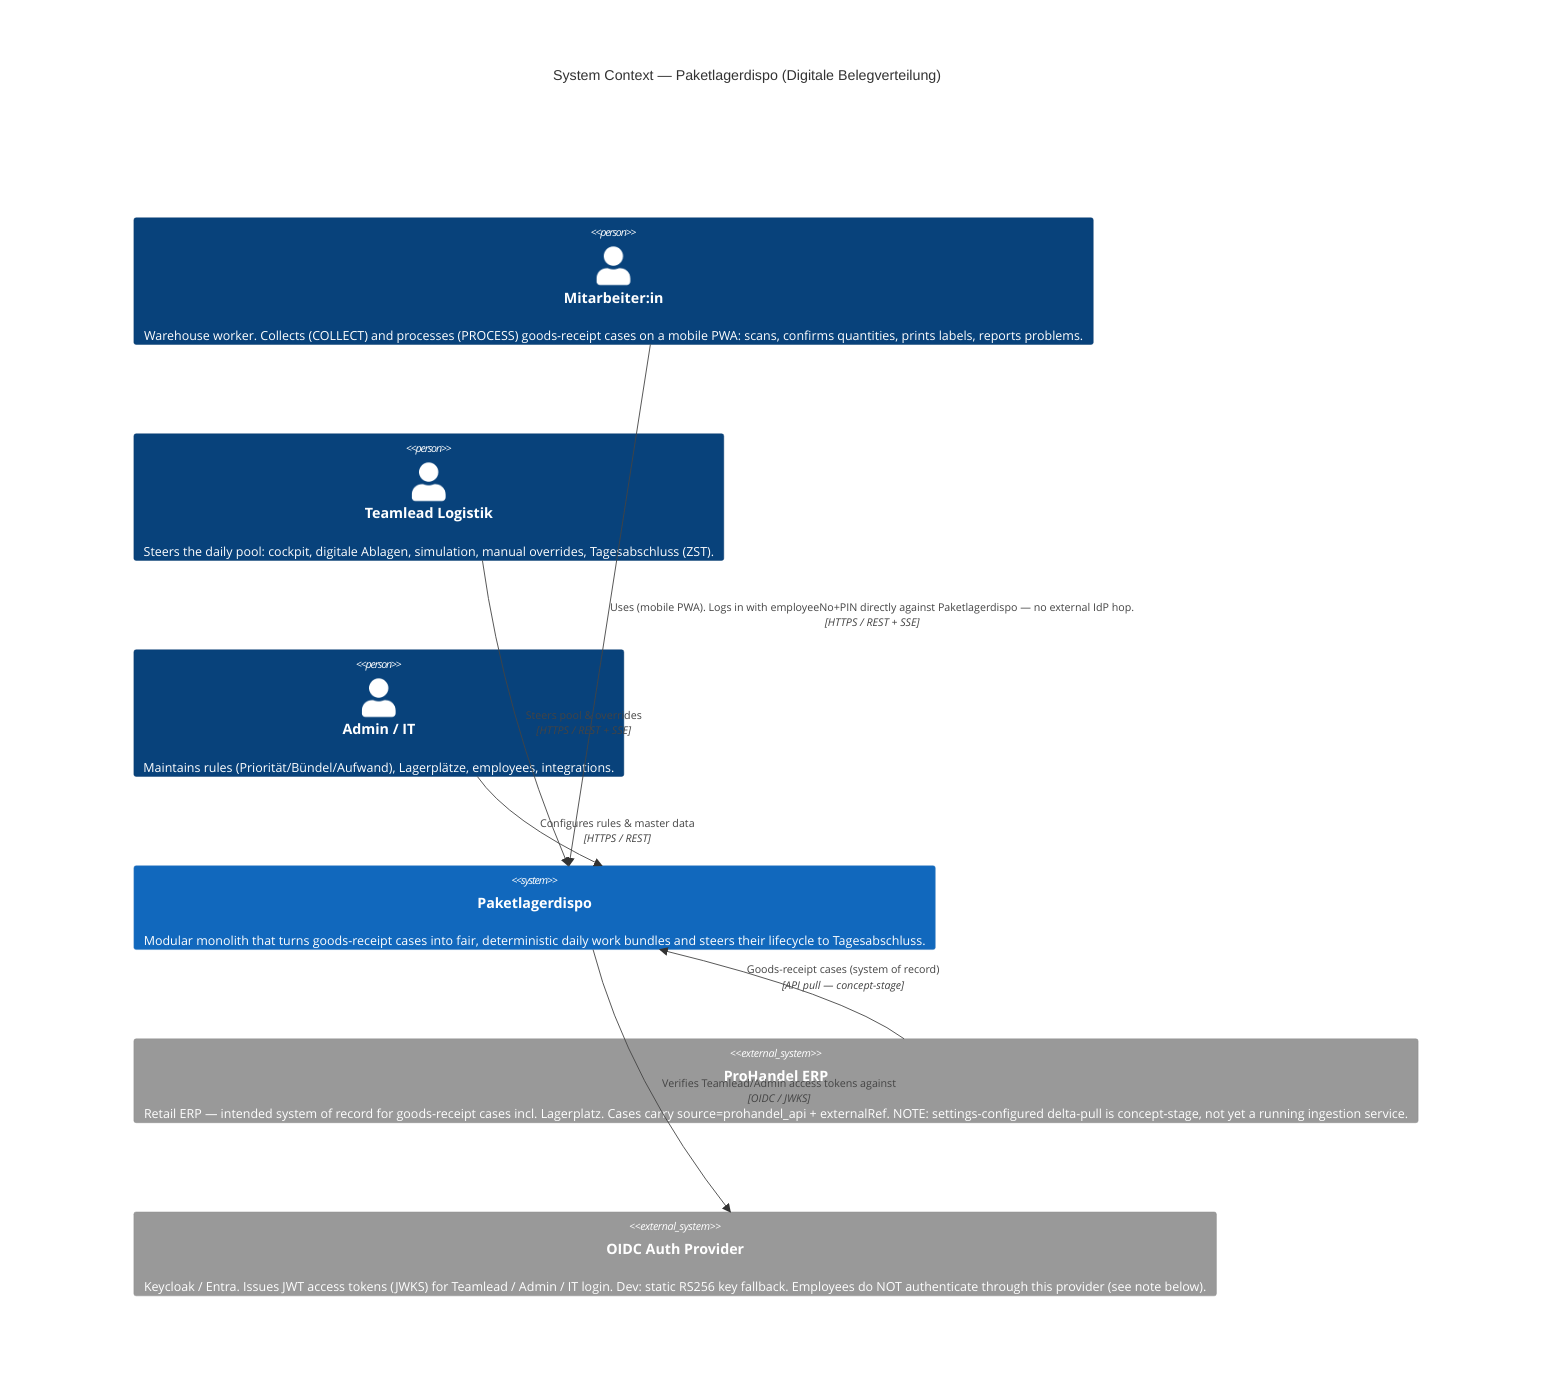
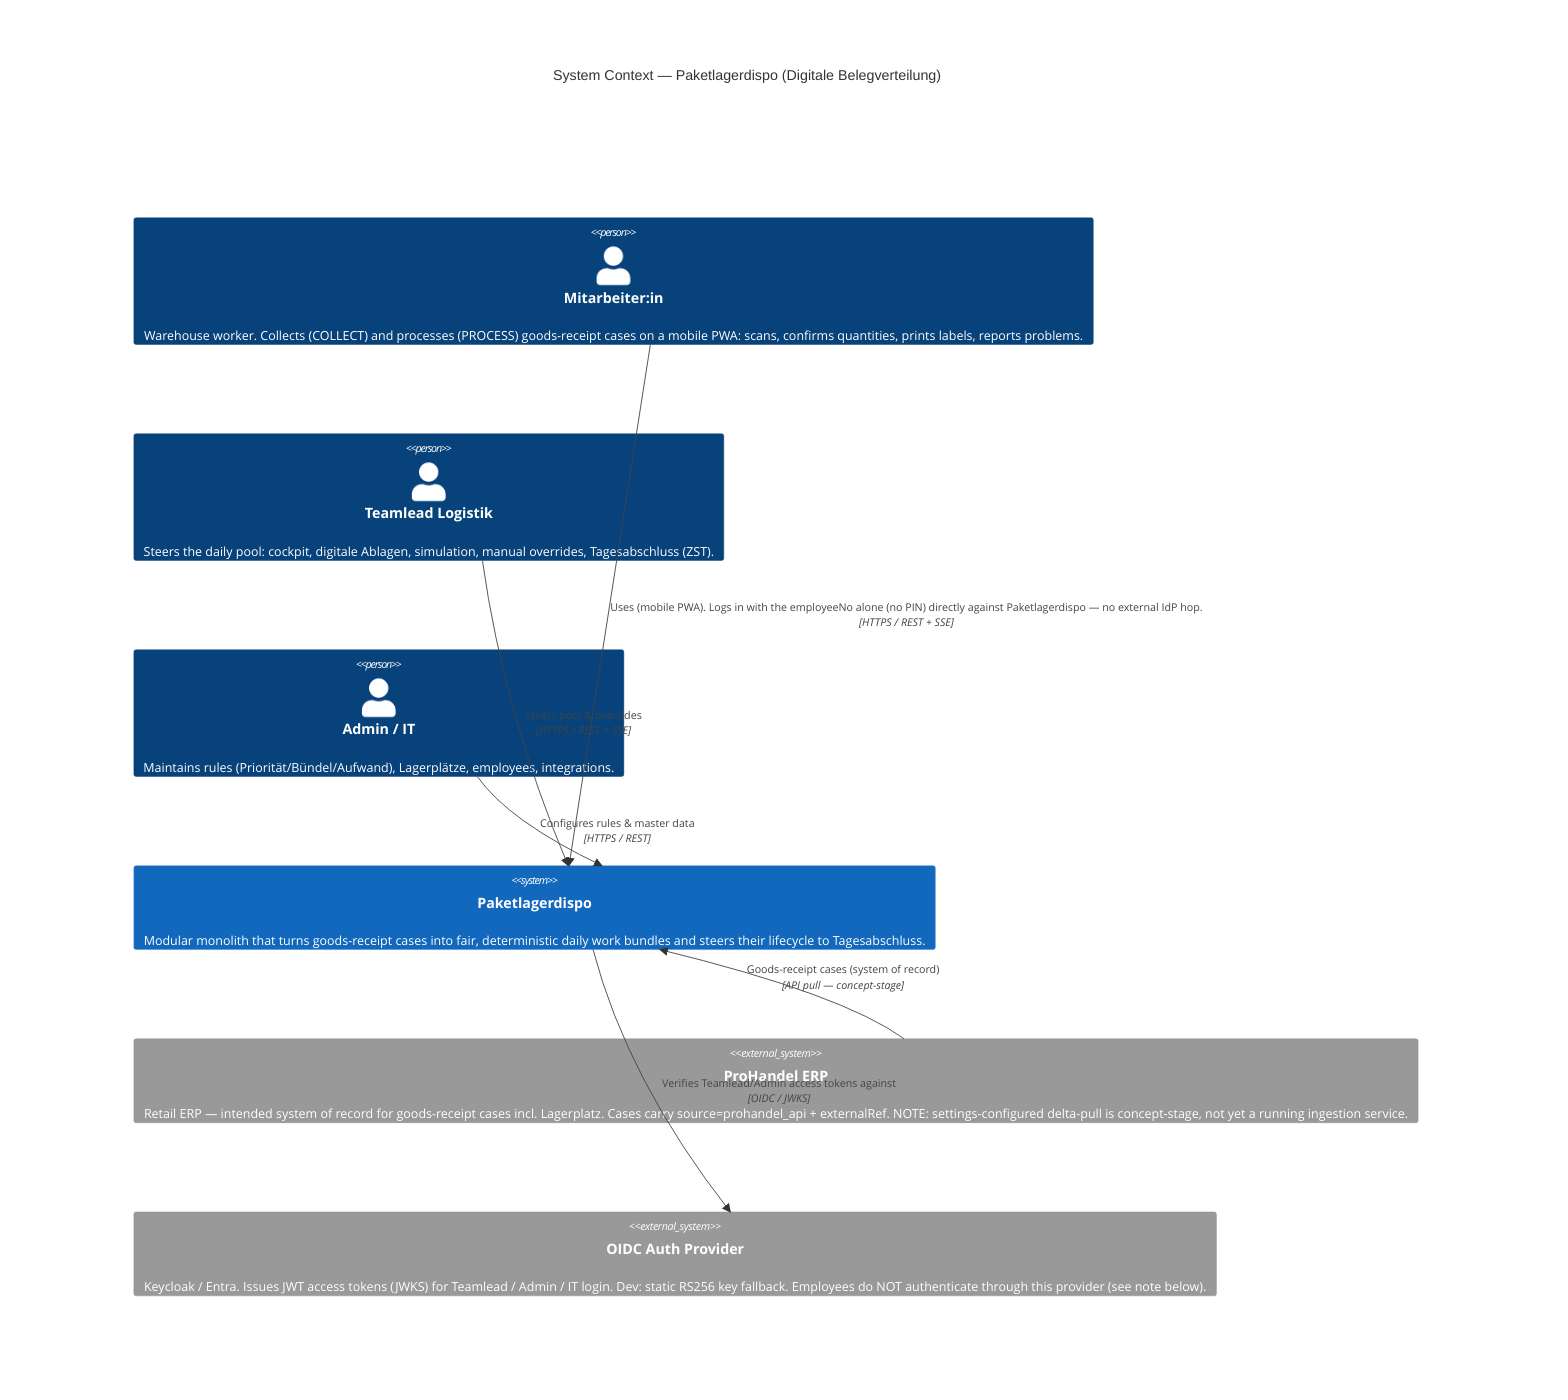
%% C4 Level 1 — System Context
%% Paketlagerdispo — Digitale Belegverteilung (L&T Logistics)
%% Source of truth: verified against apps/* and packages/* on branch main.
C4Context
    title System Context — Paketlagerdispo (Digitale Belegverteilung)

    Person(employee, "Mitarbeiter:in", "Warehouse worker. Collects (COLLECT) and processes (PROCESS) goods-receipt cases on a mobile PWA: scans, confirms quantities, prints labels, reports problems.")
    Person(teamlead, "Teamlead Logistik", "Steers the daily pool: cockpit, digitale Ablagen, simulation, manual overrides, Tagesabschluss (ZST).")
    Person(admin, "Admin / IT", "Maintains rules (Priorität/Bündel/Aufwand), Lagerplätze, employees, integrations.")

    System(paket, "Paketlagerdispo", "Modular monolith that turns goods-receipt cases into fair, deterministic daily work bundles and steers their lifecycle to Tagesabschluss.")

    System_Ext(prohandel, "ProHandel ERP", "Retail ERP — intended system of record for goods-receipt cases incl. Lagerplatz. Cases carry source=prohandel_api + externalRef. NOTE: settings-configured delta-pull is concept-stage, not yet a running ingestion service.")
    System_Ext(oidc, "OIDC Auth Provider", "Keycloak / Entra. Issues JWT access tokens (JWKS) for Teamlead / Admin / IT login. Dev: static RS256 key fallback. Employees do NOT authenticate through this provider (see note below).")

-     Rel(employee, paket, "Uses (mobile PWA). Logs in with employeeNo+PIN directly against Paketlagerdispo — no external IdP hop.", "HTTPS / REST + SSE")
+     Rel(employee, paket, "Uses (mobile PWA). Logs in with the employeeNo alone (no PIN) directly against Paketlagerdispo — no external IdP hop.", "HTTPS / REST + SSE")
    Rel(teamlead, paket, "Steers pool & overrides", "HTTPS / REST + SSE")
    Rel(admin, paket, "Configures rules & master data", "HTTPS / REST")

    Rel(paket, oidc, "Verifies Teamlead/Admin access tokens against", "OIDC / JWKS")
    Rel(prohandel, paket, "Goods-receipt cases (system of record)", "API pull — concept-stage")

    UpdateRelStyle(prohandel, paket, $offsetY="-30", $offsetX="-40", $lineColor="grey")
    UpdateLayoutConfig($c4ShapeInRow="2", $c4BoundaryInRow="1")
